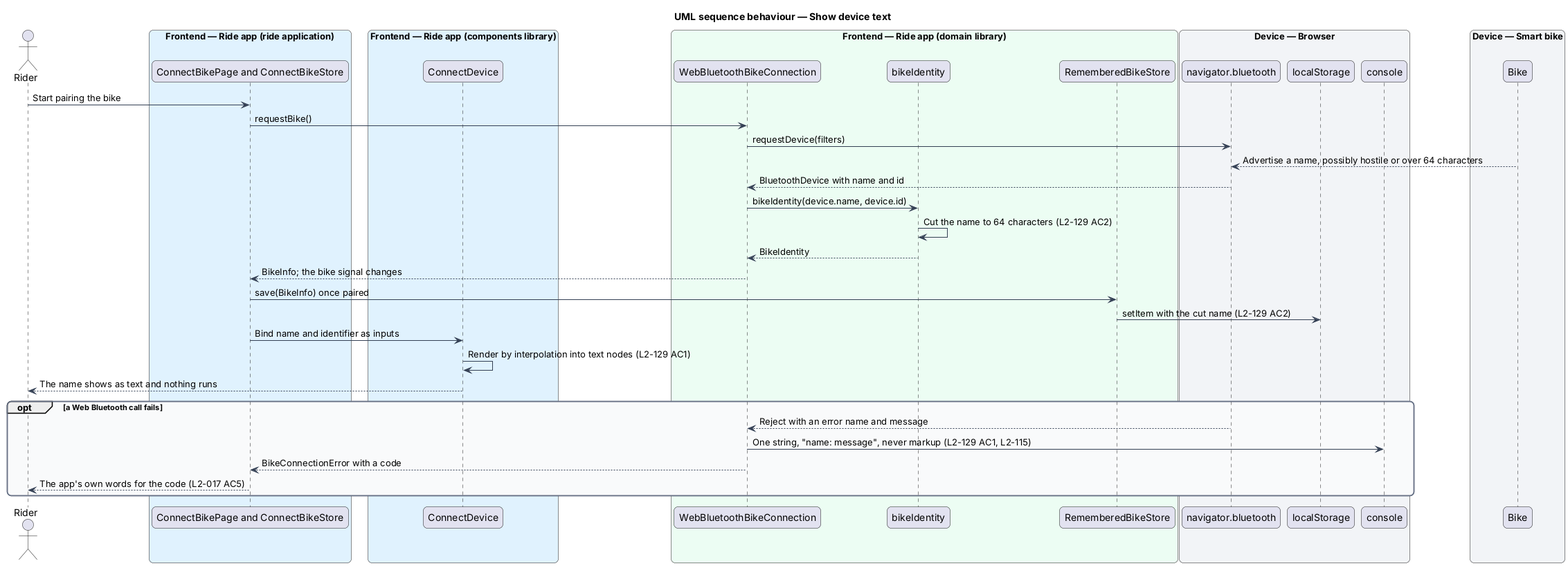
QuinntyneBrown/ride-one keeps this PlantUML diagram as docs/detailed-designs/security/treat-device-data-as-untrusted/diagrams/sequence-show-device-text.png. Above is the earlier version.
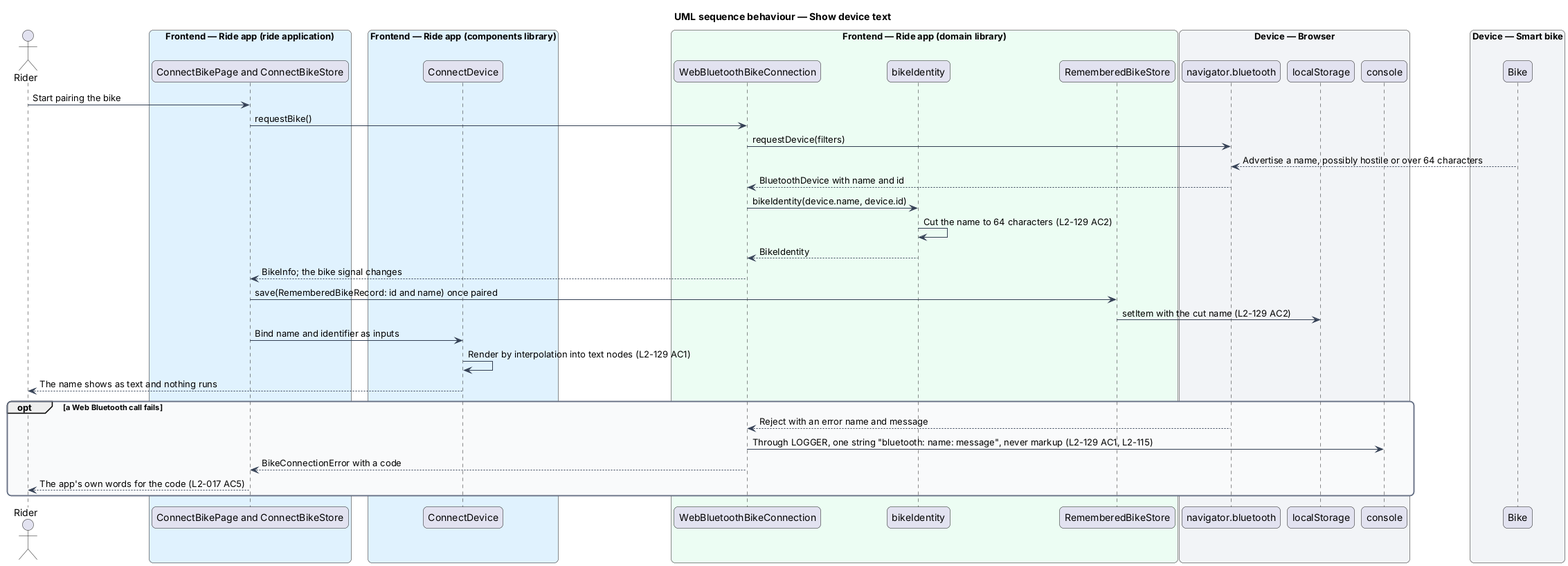
After the change.

Change to the diagram source:
```diff
@@ -43,14 +43,14 @@
 identity -> identity : Cut the name to 64 characters (L2-129 AC2)
 identity --> conn : BikeIdentity
 conn --> page : BikeInfo; the bike signal changes
-page -> store : save(BikeInfo) once paired
+page -> store : save(RememberedBikeRecord: id and name) once paired
 store -> ls : setItem with the cut name (L2-129 AC2)
 page -> card : Bind name and identifier as inputs
 card -> card : Render by interpolation into text nodes (L2-129 AC1)
 card --> rider : The name shows as text and nothing runs
 opt a Web Bluetooth call fails
   ble --> conn : Reject with an error name and message
-  conn -> console : One string, "name: message", never markup (L2-129 AC1, L2-115)
+  conn -> console : Through LOGGER, one string "bluetooth: name: message", never markup (L2-129 AC1, L2-115)
   conn --> page : BikeConnectionError with a code
   page --> rider : The app's own words for the code (L2-017 AC5)
 end
```
